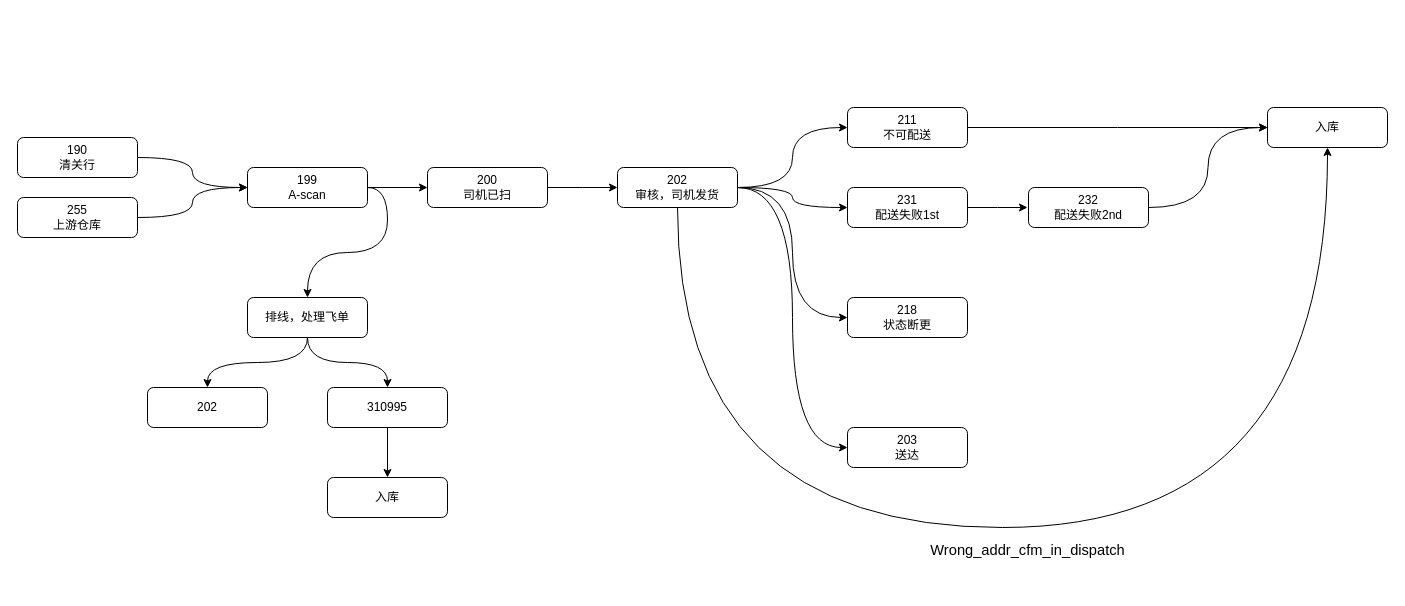
The draw.io diagram Parcel_States.drawio in joshmeiyb/draw.io, before the edit. Source tidied: cells renumbered, new cells numbered last; positions are measured from the earlier drawing's top-left corner, leaving out a move shared by most shapes. Both pictures are drawn from the tidied source at 100%, with x=0, y=0 at pixel (17, 107).
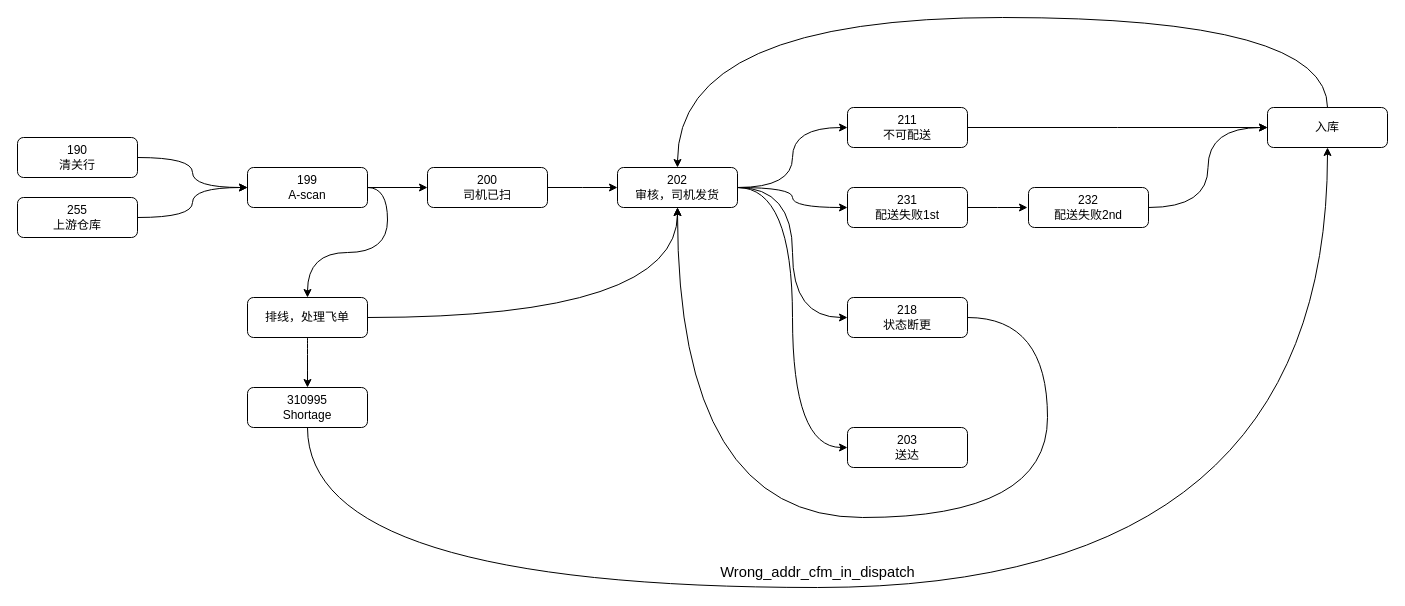
The same diagram, later.

The change refers to these unchanged cells:
```xml
<mxCell id="11" value="&lt;div&gt;218&lt;/div&gt;&lt;div&gt;状态断更&lt;/div&gt;" style="rounded=1;whiteSpace=wrap;html=1;fontSize=12;glass=0;strokeWidth=1;shadow=0;" parent="1" vertex="1">
  <mxGeometry x="830" y="190" width="120" height="40" as="geometry" />
</mxCell>
<mxCell id="17" value="&lt;div&gt;202&lt;/div&gt;&lt;div&gt;审核，司机发货&lt;/div&gt;" style="rounded=1;whiteSpace=wrap;html=1;fontSize=12;glass=0;strokeWidth=1;shadow=0;" parent="1" vertex="1">
  <mxGeometry x="600" y="60" width="120" height="40" as="geometry" />
</mxCell>
<mxCell id="23" value="&lt;div&gt;入库&lt;/div&gt;" style="rounded=1;whiteSpace=wrap;html=1;fontSize=12;glass=0;strokeWidth=1;shadow=0;" parent="1" vertex="1">
  <mxGeometry x="1250" width="120" height="40" as="geometry" />
</mxCell>
<mxCell id="28" value="排线，处理飞单" style="rounded=1;whiteSpace=wrap;html=1;fontSize=12;glass=0;strokeWidth=1;shadow=0;" parent="1" vertex="1">
  <mxGeometry x="230" y="190" width="120" height="40" as="geometry" />
</mxCell>
```

What changed in the source:
```diff
@@
+    <mxCell id="34" style="edgeStyle=orthogonalEdgeStyle;rounded=0;jettySize=auto;html=1;exitX=1;exitY=0.5;exitDx=0;exitDy=0;entryX=0.5;entryY=1;entryDx=0;entryDy=0;curved=1;" parent="1" edge="1" source="11" target="17">
+      <mxGeometry relative="1" as="geometry">
+        <Array as="points">
+          <mxPoint x="1030" y="210" />
+          <mxPoint x="1030" y="410" />
+          <mxPoint x="660" y="410" />
+        </Array>
+      </mxGeometry>
+    </mxCell>
@@
-    <mxCell id="16" style="edgeStyle=orthogonalEdgeStyle;rounded=0;jettySize=auto;html=1;exitX=0.5;exitY=1;exitDx=0;exitDy=0;entryX=0.5;entryY=1;entryDx=0;entryDy=0;curved=1;" parent="1" edge="1" source="17" target="23">
-      <mxGeometry relative="1" as="geometry">
-        <Array as="points">
-          <mxPoint x="660" y="420" />
-          <mxPoint x="1310" y="420" />
-        </Array>
-      </mxGeometry>
-    </mxCell>
@@
+    <mxCell id="35" style="edgeStyle=orthogonalEdgeStyle;rounded=0;jettySize=auto;html=1;exitX=0.5;exitY=0;exitDx=0;exitDy=0;entryX=0.5;entryY=0;entryDx=0;entryDy=0;curved=1;" parent="1" edge="1" source="23" target="17">
+      <mxGeometry relative="1" as="geometry">
+        <Array as="points">
+          <mxPoint x="1310" y="-90" />
+          <mxPoint x="660" y="-90" />
+        </Array>
+      </mxGeometry>
+    </mxCell>
@@
-    <mxCell id="26" style="edgeStyle=orthogonalEdgeStyle;rounded=0;jettySize=auto;html=1;exitX=0.5;exitY=1;exitDx=0;exitDy=0;entryX=0.5;entryY=0;entryDx=0;entryDy=0;curved=1;" parent="1" edge="1" source="28" target="29">
-      <mxGeometry relative="1" as="geometry" />
-    </mxCell>
@@
+    <mxCell id="36" style="edgeStyle=orthogonalEdgeStyle;rounded=0;jettySize=auto;html=1;exitX=1;exitY=0.5;exitDx=0;exitDy=0;entryX=0.5;entryY=1;entryDx=0;entryDy=0;curved=1;" parent="1" edge="1" source="28" target="17">
+      <mxGeometry relative="1" as="geometry" />
+    </mxCell>
@@
-    <mxCell id="29" value="202" style="rounded=1;whiteSpace=wrap;html=1;fontSize=12;glass=0;strokeWidth=1;shadow=0;" parent="1" vertex="1">
-      <mxGeometry x="130" y="280" width="120" height="40" as="geometry" />
-    </mxCell>
-    <mxCell id="30" style="edgeStyle=orthogonalEdgeStyle;rounded=0;jettySize=auto;html=1;exitX=0.5;exitY=1;exitDx=0;exitDy=0;entryX=0.5;entryY=0;entryDx=0;entryDy=0;" parent="1" edge="1" source="31" target="32">
-      <mxGeometry relative="1" as="geometry" />
-    </mxCell>
+    <mxCell id="37" style="edgeStyle=orthogonalEdgeStyle;rounded=0;jettySize=auto;html=1;exitX=0.5;exitY=1;exitDx=0;exitDy=0;entryX=0.5;entryY=1;entryDx=0;entryDy=0;curved=1;" parent="1" edge="1" source="31" target="23">
+      <mxGeometry relative="1" as="geometry">
+        <Array as="points">
+          <mxPoint x="290" y="480" />
+          <mxPoint x="1310" y="480" />
+        </Array>
+      </mxGeometry>
+    </mxCell>
-    <mxCell id="31" value="310995" style="rounded=1;whiteSpace=wrap;html=1;fontSize=12;glass=0;strokeWidth=1;shadow=0;" parent="1" vertex="1">
-      <mxGeometry x="310" y="280" width="120" height="40" as="geometry" />
+    <mxCell id="31" value="310995&lt;div&gt;Shortage&lt;/div&gt;" style="rounded=1;whiteSpace=wrap;html=1;fontSize=12;glass=0;strokeWidth=1;shadow=0;" parent="1" vertex="1">
+      <mxGeometry x="230" y="280" width="120" height="40" as="geometry" />
     </mxCell>
-    <mxCell id="32" value="入库" style="rounded=1;whiteSpace=wrap;html=1;fontSize=12;glass=0;strokeWidth=1;shadow=0;" parent="1" vertex="1">
-      <mxGeometry x="310" y="370" width="120" height="40" as="geometry" />
-    </mxCell>
     <mxCell id="33" value="&lt;p style=&quot;margin:0in;font-family:Calibri;font-size:11.0pt&quot;&gt;Wrong_addr_cfm_in_dispatch&lt;/p&gt;" style="text;html=1;align=center;verticalAlign=middle;strokeColor=none;fillColor=none;" parent="1" vertex="1">
-      <mxGeometry x="910" y="428" width="200" height="30" as="geometry" />
+      <mxGeometry x="700" y="450" width="200" height="30" as="geometry" />
     </mxCell>
```
